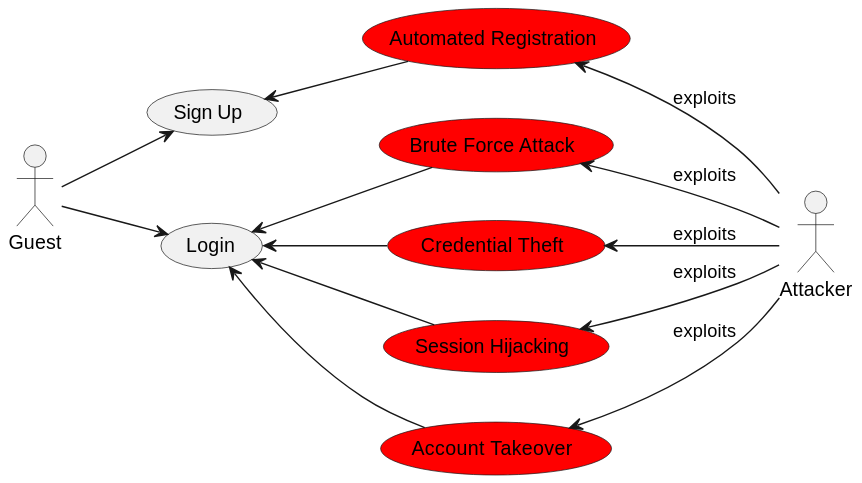
The PlantUML diagram docs/AbuseCasesTestPlanning/AbuseCaseSignUpLogin.svg in mei-desofs/desofs2024_M1D_2, before a commit. The source it was exported from:
```plantuml
@startuml
left to right direction

actor Guest

actor Attacker

usecase (Sign Up)
usecase (Login)

usecase (Brute Force Attack)#Red
usecase (Automated Registration) #Red
usecase (Credential Theft) #Red
usecase (Session Hijacking) #Red
usecase (Account Takeover) #Red


(Automated Registration)<-- Attacker:exploits
(Brute Force Attack)<-- Attacker:exploits
(Credential Theft)<-- Attacker:exploits
(Session Hijacking)<-- Attacker:exploits
(Account Takeover)<-- Attacker:exploits

(Sign Up) <-- (Automated Registration)
(Login) <-- (Brute Force Attack)
(Login) <-- (Credential Theft)
(Login) <-- (Session Hijacking)
(Login) <-- (Account Takeover)

Guest --> (Sign Up)
Guest --> (Login)
@enduml
```
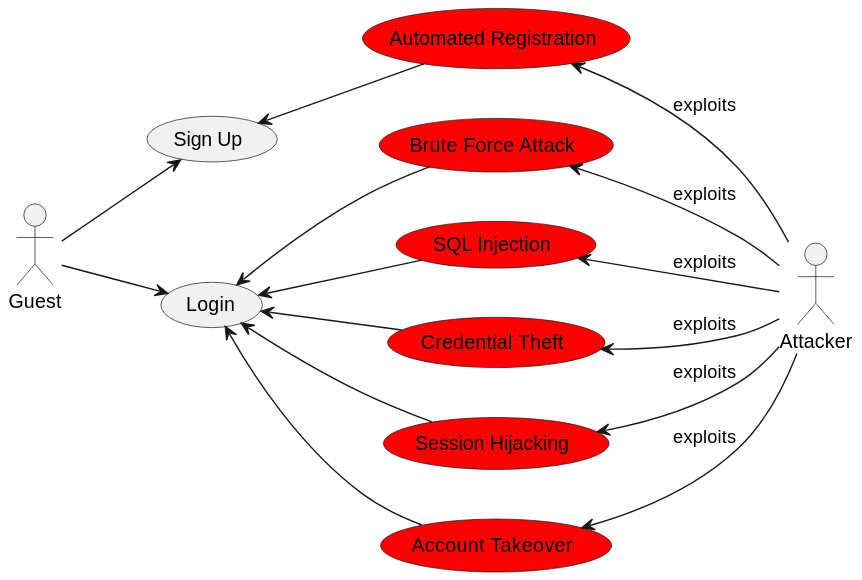
After the change.

Diff of the diagram source:
```diff
@@ -9,6 +9,7 @@
 usecase (Login)
 
 usecase (Brute Force Attack)#Red
+usecase (SQL Injection)#Red
 usecase (Automated Registration) #Red
 usecase (Credential Theft) #Red
 usecase (Session Hijacking) #Red
@@ -20,12 +21,14 @@
 (Credential Theft)<-- Attacker:exploits
 (Session Hijacking)<-- Attacker:exploits
 (Account Takeover)<-- Attacker:exploits
+(SQL Injection)<-- Attacker:exploits
 
 (Sign Up) <-- (Automated Registration)
 (Login) <-- (Brute Force Attack)
 (Login) <-- (Credential Theft)
 (Login) <-- (Session Hijacking)
 (Login) <-- (Account Takeover)
+(Login)<-- (SQL Injection)
 
 Guest --> (Sign Up)
 Guest --> (Login)
```
